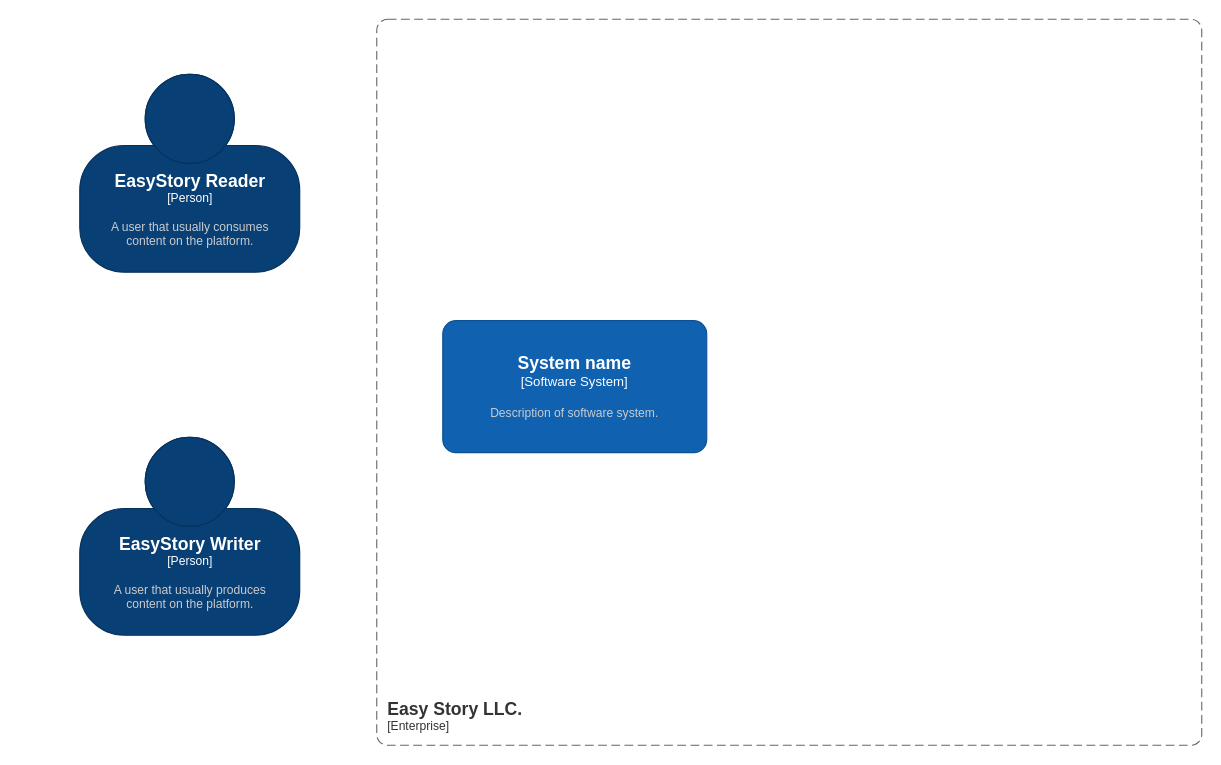
The draw.io diagram page "System Landscape" (1 of 4) of software-architecture/Innova Solutions Software Architechture.drawio in Innova-Solutions-UPC/.github, before the edit. Source tidied: cells renumbered, new cells numbered last; positions are measured from the earlier drawing's top-left corner, leaving out a move shared by most shapes. Both pictures are drawn from the tidied source at 110%, with x=0, y=0 at pixel (79, 19).
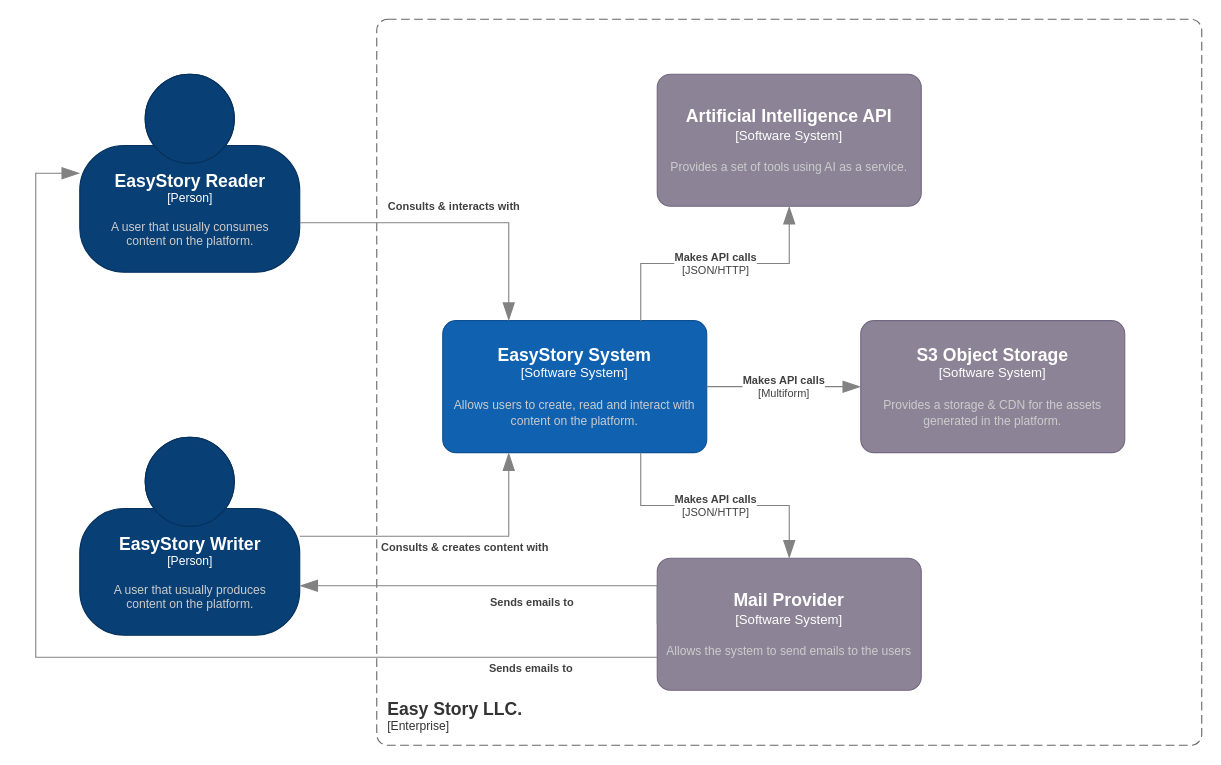
The same page after the edit.

Unchanged cells that the change refers to:
```xml
<object id="3" label="&lt;font style=&quot;font-size: 16px&quot;&gt;&lt;b&gt;%c4Name%&lt;/b&gt;&lt;/font&gt;&lt;div&gt;[%c4Type%]&lt;/div&gt;&lt;br&gt;&lt;div&gt;&lt;font style=&quot;font-size: 11px&quot;&gt;&lt;font color=&quot;#cccccc&quot;&gt;%c4Description%&lt;/font&gt;&lt;/div&gt;" c4Description="A user that usually consumes&#10;content on the platform." c4Name="EasyStory Reader" c4Type="Person" placeholders="1">
  <mxCell style="html=1;fontSize=11;dashed=0;whitespace=wrap;fillColor=#083F75;strokeColor=#06315C;fontColor=#ffffff;shape=mxgraph.c4.person2;align=center;points=[[0.5,0,0],[1,0.5,0],[1,0.75,0],[0.75,1,0],[0.5,1,0],[0.25,1,0],[0,0.75,0],[0,0.5,0]];" parent="1" vertex="1">
    <mxGeometry y="50" width="200" height="180" as="geometry" />
  </mxCell>
</object>
<object id="4" label="&lt;font style=&quot;font-size: 16px&quot;&gt;&lt;b&gt;%c4Name%&lt;/b&gt;&lt;/font&gt;&lt;div&gt;[%c4Type%]&lt;/div&gt;&lt;br&gt;&lt;div&gt;&lt;font style=&quot;font-size: 11px&quot;&gt;&lt;font color=&quot;#cccccc&quot;&gt;%c4Description%&lt;/font&gt;&lt;/div&gt;" c4Description="A user that usually produces&#10;content on the platform." c4Name="EasyStory Writer" c4Type="Person" placeholders="1">
  <mxCell style="html=1;fontSize=11;dashed=0;whitespace=wrap;fillColor=#083F75;strokeColor=#06315C;fontColor=#ffffff;shape=mxgraph.c4.person2;align=center;points=[[0.5,0,0],[1,0.5,0],[1,0.75,0],[0.75,1,0],[0.5,1,0],[0.25,1,0],[0,0.75,0],[0,0.5,0]];" parent="1" vertex="1">
    <mxGeometry y="380" width="200" height="180" as="geometry" />
  </mxCell>
</object>
```

The edit, as a diff of the source:
```diff
@@
-    <object id="5" label="&lt;font style=&quot;font-size: 16px&quot;&gt;&lt;b&gt;%c4Name%&lt;/b&gt;&lt;/font&gt;&lt;div&gt;[%c4Type%]&lt;/div&gt;&lt;br&gt;&lt;div&gt;&lt;font style=&quot;font-size: 11px&quot;&gt;&lt;font color=&quot;#cccccc&quot;&gt;%c4Description%&lt;/font&gt;&lt;/div&gt;" c4Description="Description of software system." c4Name="System name" c4Type="Software System" placeholders="1">
+    <object id="5" label="&lt;font style=&quot;font-size: 16px&quot;&gt;&lt;b&gt;%c4Name%&lt;/b&gt;&lt;/font&gt;&lt;div&gt;[%c4Type%]&lt;/div&gt;&lt;br&gt;&lt;div&gt;&lt;font style=&quot;font-size: 11px&quot;&gt;&lt;font color=&quot;#cccccc&quot;&gt;%c4Description%&lt;/font&gt;&lt;/div&gt;" c4Description="Allows users to create, read and interact with content on the platform." c4Name="EasyStory System" c4Type="Software System" placeholders="1">
       <mxCell style="rounded=1;whiteSpace=wrap;html=1;labelBackgroundColor=none;fillColor=#1061B0;fontColor=#ffffff;align=center;arcSize=10;strokeColor=#0D5091;points=[[0.25,0,0],[0.5,0,0],[0.75,0,0],[1,0.25,0],[1,0.5,0],[1,0.75,0],[0.75,1,0],[0.5,1,0],[0.25,1,0],[0,0.75,0],[0,0.5,0],[0,0.25,0]];" parent="1" vertex="1">
         <mxGeometry x="330" y="274" width="240" height="120" as="geometry" />
       </mxCell>
     </object>
+    <object id="6" label="&lt;div style=&quot;text-align: left&quot;&gt;&lt;div style=&quot;text-align: center&quot;&gt;&lt;b&gt;%c4Description%&lt;/b&gt;&lt;/div&gt;" c4Description="Consults &amp; interacts with" placeholders="1">
+      <mxCell style="endArrow=blockThin;html=1;fontSize=10;fontColor=#404040;strokeWidth=1;endFill=1;strokeColor=#828282;elbow=vertical;endSize=14;startSize=14;jumpStyle=arc;jumpSize=16;rounded=0;edgeStyle=orthogonalEdgeStyle;exitX=1;exitY=0.75;exitDx=0;exitDy=0;exitPerimeter=0;entryX=0.25;entryY=0;entryDx=0;entryDy=0;entryPerimeter=0;" parent="1" edge="1" source="3" target="5">
+        <mxGeometry y="15" relative="1" as="geometry" />
+      </mxCell>
+    </object>
+    <object id="7" label="&lt;div style=&quot;text-align: left&quot;&gt;&lt;div style=&quot;text-align: center&quot;&gt;&lt;b&gt;%c4Description%&lt;/b&gt;&lt;/div&gt;" c4Description="Consults &amp; creates content with" placeholders="1">
+      <mxCell style="endArrow=blockThin;html=1;fontSize=10;fontColor=#404040;strokeWidth=1;endFill=1;strokeColor=#828282;elbow=vertical;endSize=14;startSize=14;jumpStyle=arc;jumpSize=16;rounded=0;edgeStyle=orthogonalEdgeStyle;exitX=1;exitY=0.5;exitDx=0;exitDy=0;exitPerimeter=0;entryX=0.25;entryY=1;entryDx=0;entryDy=0;entryPerimeter=0;" parent="1" edge="1" source="4" target="5">
+        <mxGeometry x="0.13" y="-10" relative="1" as="geometry" />
+      </mxCell>
+    </object>
+    <object id="8" label="&lt;font style=&quot;font-size: 16px&quot;&gt;&lt;b&gt;%c4Name%&lt;/b&gt;&lt;/font&gt;&lt;div&gt;[%c4Type%]&lt;/div&gt;&lt;br&gt;&lt;div&gt;&lt;font style=&quot;font-size: 11px&quot;&gt;&lt;font color=&quot;#cccccc&quot;&gt;%c4Description%&lt;/font&gt;&lt;/div&gt;" c4Description="Allows the system to send emails to the users" c4Name="Mail Provider" c4Type="Software System" placeholders="1">
+      <mxCell style="rounded=1;whiteSpace=wrap;html=1;labelBackgroundColor=none;fillColor=#8C8496;fontColor=#ffffff;align=center;arcSize=10;strokeColor=#736782;points=[[0.25,0,0],[0.5,0,0],[0.75,0,0],[1,0.25,0],[1,0.5,0],[1,0.75,0],[0.75,1,0],[0.5,1,0],[0.25,1,0],[0,0.75,0],[0,0.5,0],[0,0.25,0]];" parent="1" vertex="1">
+        <mxGeometry x="525" y="490" width="240" height="120" as="geometry" />
+      </mxCell>
+    </object>
+    <object id="9" label="&lt;font style=&quot;font-size: 16px&quot;&gt;&lt;b&gt;%c4Name%&lt;/b&gt;&lt;/font&gt;&lt;div&gt;[%c4Type%]&lt;/div&gt;&lt;br&gt;&lt;div&gt;&lt;font style=&quot;font-size: 11px&quot;&gt;&lt;font color=&quot;#cccccc&quot;&gt;%c4Description%&lt;/font&gt;&lt;/div&gt;" c4Description="Provides a storage &amp; CDN for the assets generated in the platform." c4Name="S3 Object Storage" c4Type="Software System" placeholders="1">
+      <mxCell style="rounded=1;whiteSpace=wrap;html=1;labelBackgroundColor=none;fillColor=#8C8496;fontColor=#ffffff;align=center;arcSize=10;strokeColor=#736782;points=[[0.25,0,0],[0.5,0,0],[0.75,0,0],[1,0.25,0],[1,0.5,0],[1,0.75,0],[0.75,1,0],[0.5,1,0],[0.25,1,0],[0,0.75,0],[0,0.5,0],[0,0.25,0]];" parent="1" vertex="1">
+        <mxGeometry x="710" y="274" width="240" height="120" as="geometry" />
+      </mxCell>
+    </object>
+    <object id="10" label="&lt;font style=&quot;font-size: 16px&quot;&gt;&lt;b&gt;%c4Name%&lt;/b&gt;&lt;/font&gt;&lt;div&gt;[%c4Type%]&lt;/div&gt;&lt;br&gt;&lt;div&gt;&lt;font style=&quot;font-size: 11px&quot;&gt;&lt;font color=&quot;#cccccc&quot;&gt;%c4Description%&lt;/font&gt;&lt;/div&gt;" c4Description="Provides a set of tools using AI as a service." c4Name="Artificial Intelligence API" c4Type="Software System" placeholders="1">
+      <mxCell style="rounded=1;whiteSpace=wrap;html=1;labelBackgroundColor=none;fillColor=#8C8496;fontColor=#ffffff;align=center;arcSize=10;strokeColor=#736782;points=[[0.25,0,0],[0.5,0,0],[0.75,0,0],[1,0.25,0],[1,0.5,0],[1,0.75,0],[0.75,1,0],[0.5,1,0],[0.25,1,0],[0,0.75,0],[0,0.5,0],[0,0.25,0]];" parent="1" vertex="1">
+        <mxGeometry x="525" y="50" width="240" height="120" as="geometry" />
+      </mxCell>
+    </object>
+    <object id="11" label="&lt;div style=&quot;text-align: left&quot;&gt;&lt;div style=&quot;text-align: center&quot;&gt;&lt;b&gt;%c4Description%&lt;/b&gt;&lt;/div&gt;&lt;div style=&quot;text-align: center&quot;&gt;[%c4Technology%]&lt;/div&gt;&lt;/div&gt;" c4Description="Makes API calls" c4Technology="JSON/HTTP" placeholders="1">
+      <mxCell style="endArrow=blockThin;html=1;fontSize=10;fontColor=#404040;strokeWidth=1;endFill=1;strokeColor=#828282;elbow=vertical;endSize=14;startSize=14;jumpStyle=arc;jumpSize=16;rounded=0;edgeStyle=orthogonalEdgeStyle;exitX=0.75;exitY=0;exitDx=0;exitDy=0;exitPerimeter=0;entryX=0.5;entryY=1;entryDx=0;entryDy=0;entryPerimeter=0;" parent="1" edge="1" source="5" target="10">
+        <mxGeometry relative="1" as="geometry" />
+      </mxCell>
+    </object>
+    <object id="12" label="&lt;div style=&quot;text-align: left&quot;&gt;&lt;div style=&quot;text-align: center&quot;&gt;&lt;b&gt;%c4Description%&lt;/b&gt;&lt;/div&gt;&lt;div style=&quot;text-align: center&quot;&gt;[%c4Technology%]&lt;/div&gt;&lt;/div&gt;" c4Description="Makes API calls" c4Technology="JSON/HTTP" placeholders="1">
+      <mxCell style="endArrow=blockThin;html=1;fontSize=10;fontColor=#404040;strokeWidth=1;endFill=1;strokeColor=#828282;elbow=vertical;endSize=14;startSize=14;jumpStyle=arc;jumpSize=16;rounded=0;edgeStyle=orthogonalEdgeStyle;exitX=0.75;exitY=1;exitDx=0;exitDy=0;exitPerimeter=0;entryX=0.5;entryY=0;entryDx=0;entryDy=0;entryPerimeter=0;" parent="1" edge="1" source="5" target="8">
+        <mxGeometry relative="1" as="geometry" />
+      </mxCell>
+    </object>
+    <object id="13" label="&lt;div style=&quot;text-align: left&quot;&gt;&lt;div style=&quot;text-align: center&quot;&gt;&lt;b&gt;%c4Description%&lt;/b&gt;&lt;/div&gt;&lt;div style=&quot;text-align: center&quot;&gt;[%c4Technology%]&lt;/div&gt;&lt;/div&gt;" c4Description="Makes API calls" c4Technology="Multiform" placeholders="1">
+      <mxCell style="endArrow=blockThin;html=1;fontSize=10;fontColor=#404040;strokeWidth=1;endFill=1;strokeColor=#828282;elbow=vertical;endSize=14;startSize=14;jumpStyle=arc;jumpSize=16;rounded=0;edgeStyle=orthogonalEdgeStyle;exitX=1;exitY=0.5;exitDx=0;exitDy=0;exitPerimeter=0;entryX=0;entryY=0.5;entryDx=0;entryDy=0;entryPerimeter=0;" parent="1" edge="1" source="5" target="9">
+        <mxGeometry relative="1" as="geometry" />
+      </mxCell>
+    </object>
+    <object id="14" label="&lt;div style=&quot;text-align: left&quot;&gt;&lt;div style=&quot;text-align: center&quot;&gt;&lt;b&gt;%c4Description%&lt;/b&gt;&lt;/div&gt;" c4Description="Sends emails to" placeholders="1">
+      <mxCell style="endArrow=blockThin;html=1;fontSize=10;fontColor=#404040;strokeWidth=1;endFill=1;strokeColor=#828282;elbow=vertical;endSize=14;startSize=14;jumpStyle=arc;jumpSize=16;rounded=0;edgeStyle=orthogonalEdgeStyle;exitX=0;exitY=0.5;exitDx=0;exitDy=0;exitPerimeter=0;entryX=1;entryY=0.75;entryDx=0;entryDy=0;entryPerimeter=0;" parent="1" edge="1" source="8" target="4">
+        <mxGeometry x="-0.17" y="15" relative="1" as="geometry">
+          <Array as="points">
+            <mxPoint x="525" y="515" />
+          </Array>
+        </mxGeometry>
+      </mxCell>
+    </object>
+    <object id="15" label="&lt;div style=&quot;text-align: left&quot;&gt;&lt;div style=&quot;text-align: center&quot;&gt;&lt;b&gt;%c4Description%&lt;/b&gt;&lt;/div&gt;" c4Description="Sends emails to" placeholders="1">
+      <mxCell style="endArrow=blockThin;html=1;fontSize=10;fontColor=#404040;strokeWidth=1;endFill=1;strokeColor=#828282;elbow=vertical;endSize=14;startSize=14;jumpStyle=arc;jumpSize=16;rounded=0;edgeStyle=orthogonalEdgeStyle;exitX=0;exitY=0.75;exitDx=0;exitDy=0;exitPerimeter=0;entryX=0;entryY=0.5;entryDx=0;entryDy=0;entryPerimeter=0;" parent="1" edge="1" source="8" target="3">
+        <mxGeometry x="-0.78" y="10" relative="1" as="geometry">
+          <Array as="points">
+            <mxPoint x="-40" y="580" />
+            <mxPoint x="-40" y="140" />
+          </Array>
+        </mxGeometry>
+      </mxCell>
+    </object>
```
